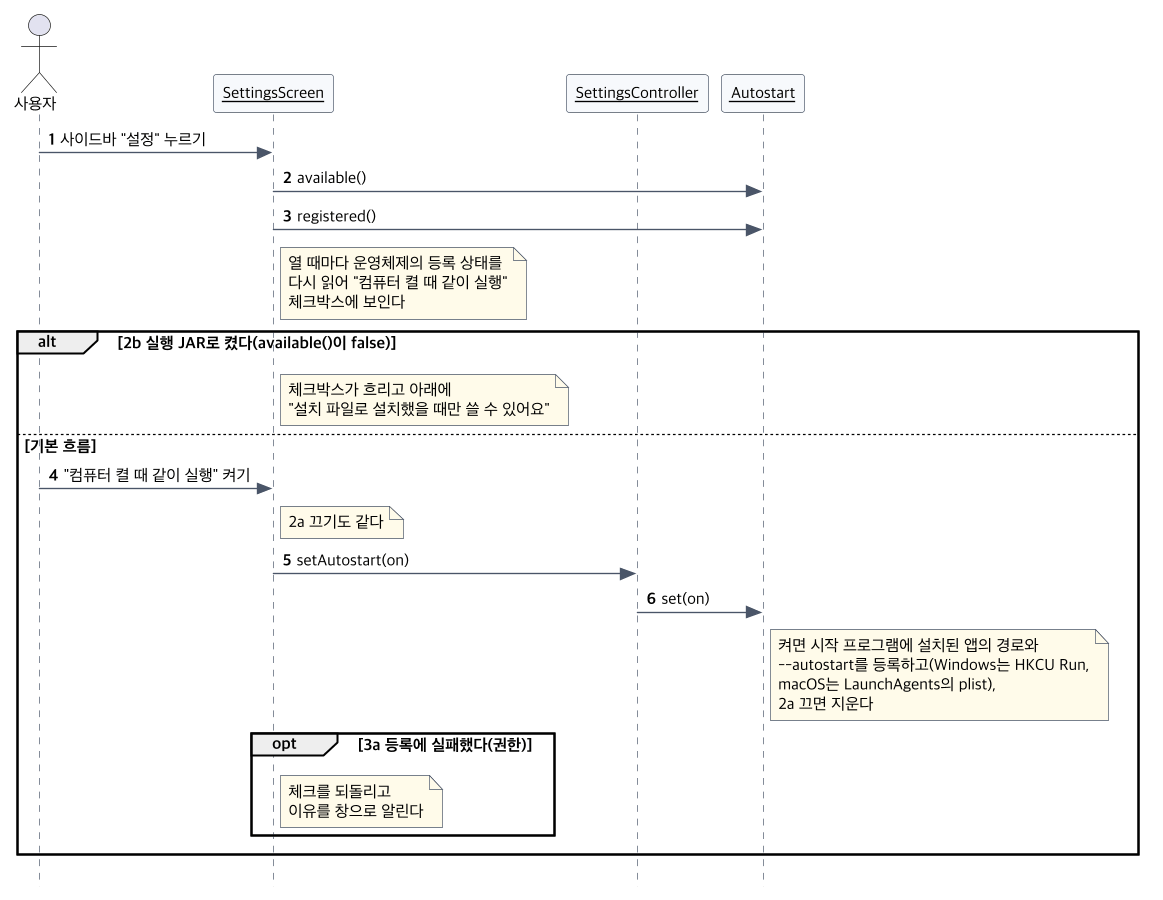
The PlantUML diagram docs/diagrams/seq-uc18.png in 2026-2-software-system-design-11/planning-pet-app, before a commit. Source of this version:
```plantuml
@startuml seq-uc18
!include seq-common.iuml
actor 사용자
$obj(SettingsScreen)
$obj(SettingsController)
$obj(Autostart)
사용자 -> SettingsScreen : 사이드바 "설정" 누르기
SettingsScreen -> Autostart : available()
SettingsScreen -> Autostart : registered()
note right of SettingsScreen : 열 때마다 운영체제의 등록 상태를\n다시 읽어 "컴퓨터 켤 때 같이 실행"\n체크박스에 보인다
alt 2b 실행 JAR로 켰다(available()이 false)
  note right of SettingsScreen : 체크박스가 흐리고 아래에\n"설치 파일로 설치했을 때만 쓸 수 있어요"
else 기본 흐름
  사용자 -> SettingsScreen : "컴퓨터 켤 때 같이 실행" 켜기
  note right of SettingsScreen : 2a 끄기도 같다
  SettingsScreen -> SettingsController : setAutostart(on)
  SettingsController -> Autostart : set(on)
  note right of Autostart : 켜면 시작 프로그램에 설치된 앱의 경로와\n--autostart를 등록하고(Windows는 HKCU Run,\nmacOS는 LaunchAgents의 plist),\n2a 끄면 지운다
  opt 3a 등록에 실패했다(권한)
    note right of SettingsScreen : 체크를 되돌리고\n이유를 창으로 알린다
  end
end
@enduml
```
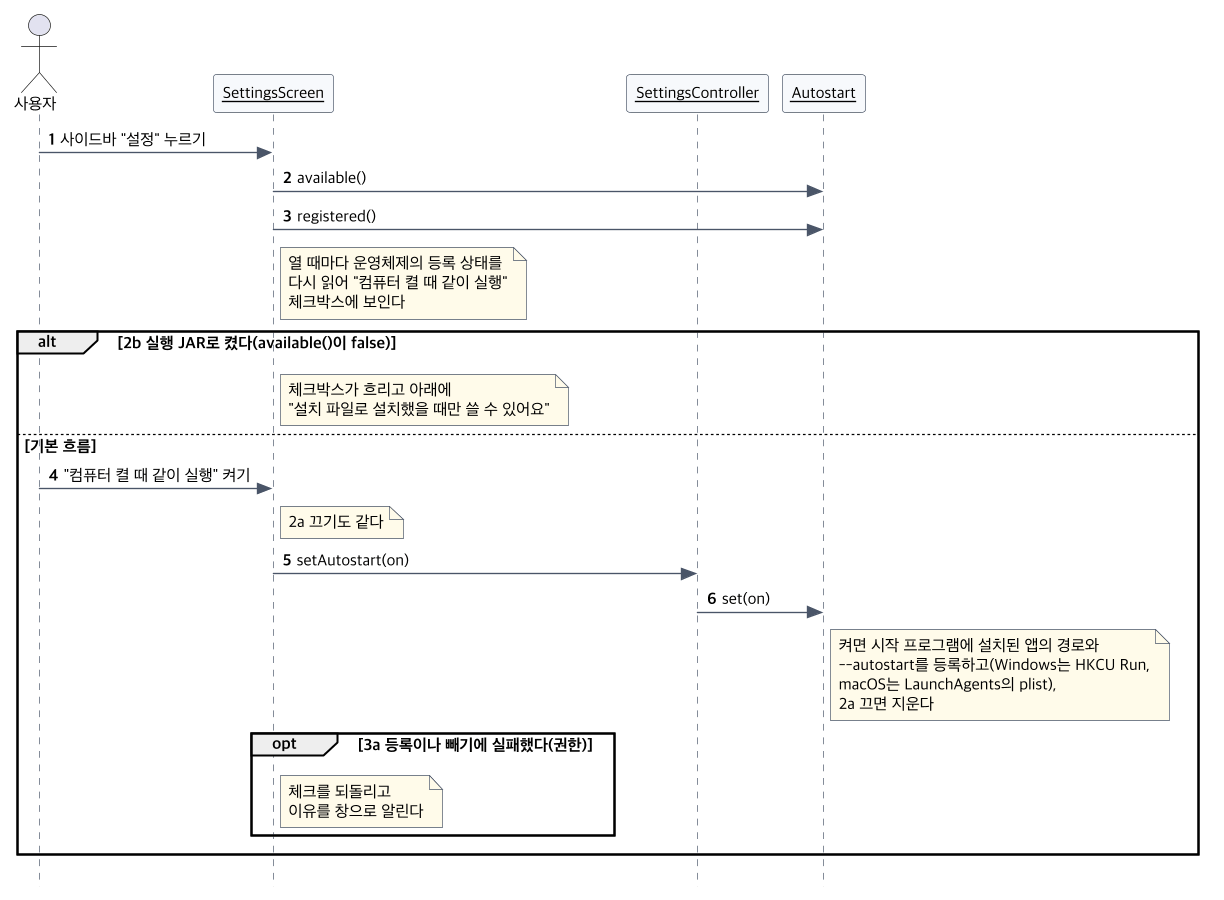
After the change.

The edit, as a diff of the source:
```diff
@@ -16,7 +16,7 @@
   SettingsScreen -> SettingsController : setAutostart(on)
   SettingsController -> Autostart : set(on)
   note right of Autostart : 켜면 시작 프로그램에 설치된 앱의 경로와\n--autostart를 등록하고(Windows는 HKCU Run,\nmacOS는 LaunchAgents의 plist),\n2a 끄면 지운다
-  opt 3a 등록에 실패했다(권한)
+  opt 3a 등록이나 빼기에 실패했다(권한)
     note right of SettingsScreen : 체크를 되돌리고\n이유를 창으로 알린다
   end
 end
```
